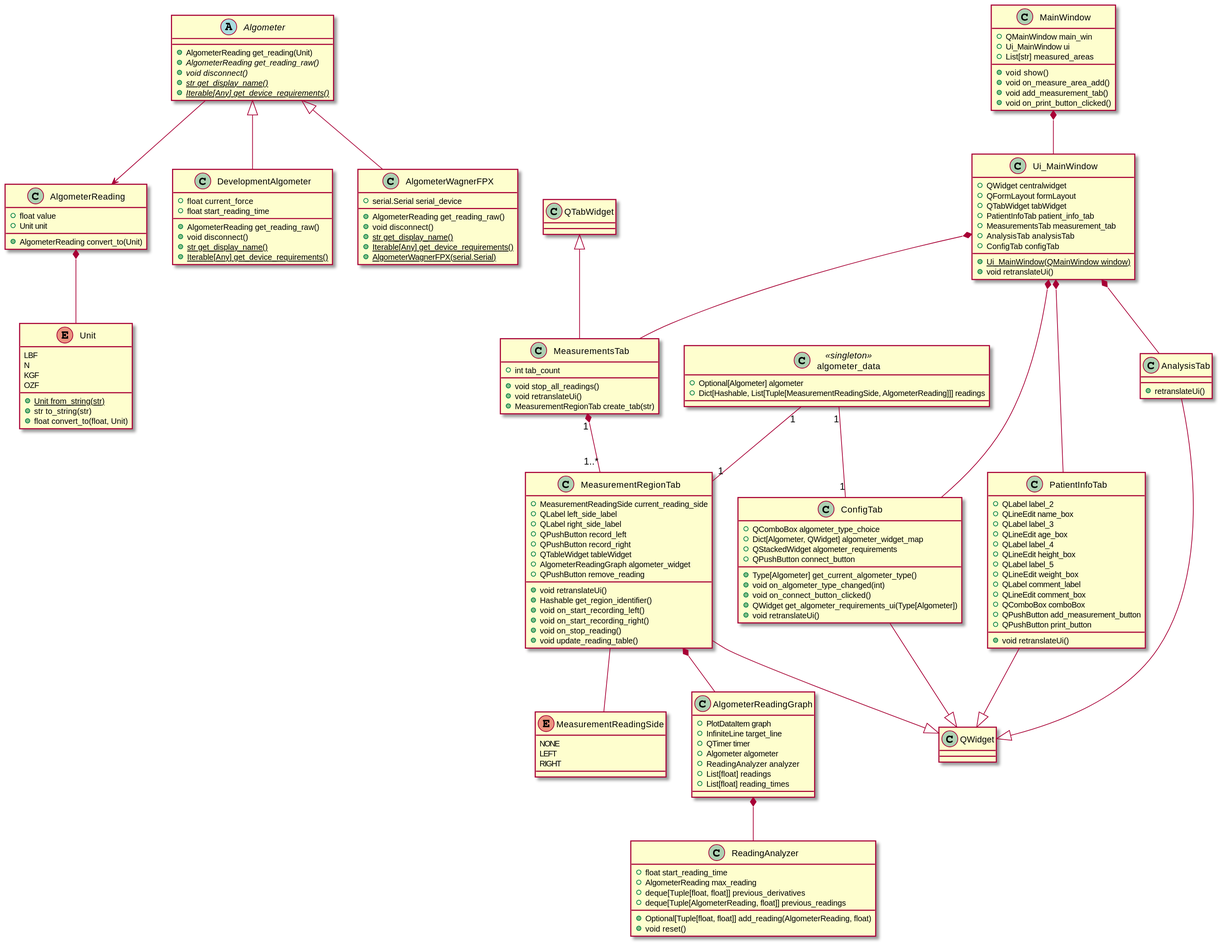
Above: docs/class_diagram.svg in AaronLi/UWO-Algometer (PlantUML), before the change. Source of this version:
```plantuml
@startuml

enum Unit {
    LBF
    N
    KGF
    OZF
    + {static} Unit from_string(str)
    + str to_string(str)
    + float convert_to(float, Unit)
}

class AlgometerReading {
    + float value
    + Unit unit
    + AlgometerReading convert_to(Unit)
}

abstract class Algometer {
    + AlgometerReading get_reading(Unit)
    + {abstract} AlgometerReading get_reading_raw()
    + {abstract} void disconnect()
    + {abstract} {static} str get_display_name()
    + {abstract} {static} Iterable[Any] get_device_requirements()
}

class DevelopmentAlgometer {
    + float current_force
    + float start_reading_time
    + AlgometerReading get_reading_raw()
    + void disconnect()
    + {static} str get_display_name()
    + {static} Iterable[Any] get_device_requirements()
}

class AlgometerWagnerFPX {
    + serial.Serial serial_device
    + AlgometerReading get_reading_raw()
    + void disconnect()
    + {static} str get_display_name()
    + {static} Iterable[Any] get_device_requirements()
    + {static} AlgometerWagnerFPX(serial.Serial)
}

Algometer <|-- DevelopmentAlgometer
Algometer <|-- AlgometerWagnerFPX
Algometer --> AlgometerReading
AlgometerReading *-- Unit

class MainWindow {
    + QMainWindow main_win
    + Ui_MainWindow ui
    + List[str] measured_areas
    + void show()
    + void on_measure_area_add()
    + void add_measurement_tab()
    + void on_print_button_clicked()
}
class Ui_MainWindow {
    + QWidget centralwidget
    + QFormLayout formLayout
    + QTabWidget tabWidget
    + PatientInfoTab patient_info_tab
    + MeasurementsTab measurement_tab
    + AnalysisTab analysisTab
    + ConfigTab configTab
    + {static} Ui_MainWindow(QMainWindow window)
    + void retranslateUi()
}

class QWidget {
}

class QTabWidget {
}

class PatientInfoTab {
    + QLabel label_2
    + QLineEdit name_box
    + QLabel label_3
    + QLineEdit age_box
    + QLabel label_4
    + QLineEdit height_box
    + QLabel label_5
    + QLineEdit weight_box
    + QLabel comment_label
    + QLineEdit comment_box
    + QComboBox comboBox
    + QPushButton add_measurement_button
    + QPushButton print_button
    + void retranslateUi()
}

class MeasurementsTab {

    + int tab_count
    + void stop_all_readings()
    + void retranslateUi()
    + MeasurementRegionTab create_tab(str)
}

enum MeasurementReadingSide{
    NONE
    LEFT
    RIGHT
}

class MeasurementRegionTab{
    + MeasurementReadingSide current_reading_side
    + QLabel left_side_label
    + QLabel right_side_label
    + QPushButton record_left
    + QPushButton record_right
    + QTableWidget tableWidget
    + AlgometerReadingGraph algometer_widget
    + QPushButton remove_reading
    + void retranslateUi()
    + Hashable get_region_identifier()
    + void on_start_recording_left()
    + void on_start_recording_right()
    + void on_stop_reading()
    + void update_reading_table()
}

class AnalysisTab {
    + retranslateUi()
}

class ConfigTab {
    + QComboBox algometer_type_choice
    + Dict[Algometer, QWidget] algometer_widget_map
    + QStackedWidget algometer_requirements
    + QPushButton connect_button

    + Type[Algometer] get_current_algometer_type()
    + void on_algometer_type_changed(int)
    + void on_connect_button_clicked()
    + QWidget get_algometer_requirements_ui(Type[Algometer])
    + void retranslateUi()
}

class algometer_data <<singleton>>{
    + Optional[Algometer] algometer
    + Dict[Hashable, List[Tuple[MeasurementReadingSide, AlgometerReading]]] readings
}

class ReadingAnalyzer {
    + float start_reading_time
    + AlgometerReading max_reading
    + deque[Tuple[float, float]] previous_derivatives
    + deque[Tuple[AlgometerReading, float]] previous_readings
    + Optional[Tuple[float, float]] add_reading(AlgometerReading, float)
    + void reset()
}

class AlgometerReadingGraph {
    + PlotDataItem graph
    + InfiniteLine target_line
    + QTimer timer
    + Algometer algometer
    + ReadingAnalyzer analyzer
    + List[float] readings
    + List[float] reading_times
}

AlgometerReadingGraph *-- ReadingAnalyzer
MeasurementRegionTab *-- AlgometerReadingGraph
MainWindow *-- Ui_MainWindow
PatientInfoTab --|> QWidget
MeasurementRegionTab --|> QWidget
AnalysisTab --|> QWidget
ConfigTab --|> QWidget
MeasurementRegionTab -- MeasurementReadingSide
QTabWidget <|-- MeasurementsTab
Ui_MainWindow *-- PatientInfoTab
Ui_MainWindow *-- MeasurementsTab
Ui_MainWindow *-- AnalysisTab
Ui_MainWindow *-- ConfigTab
algometer_data "1" -- "1" ConfigTab
algometer_data "1" -- "1" MeasurementRegionTab
MeasurementsTab "1" *-- "1..*" MeasurementRegionTab
@enduml
```
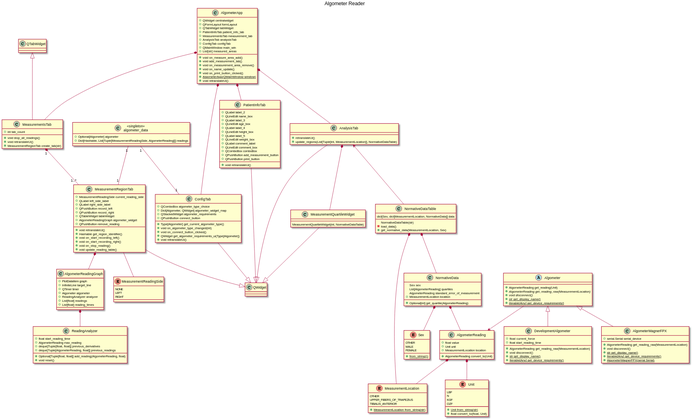
After the commit.

Commit message:
Update class diagram

Change to the diagram source:
```diff
@@ -1,24 +1,31 @@
 @startuml
-
+title Algometer Reader
 enum Unit {
     LBF
     N
     KGF
     OZF
     + {static} Unit from_string(str)
-    + str to_string(str)
     + float convert_to(float, Unit)
+}
+
+enum MeasurementLocation {
+    OTHER
+    UPPER_FIBERS_OF_TRAPEZIUS
+    TIBIALIS_ANTERIOR
+    + {static} MeasurementLocation from_string(str)
 }
 
 class AlgometerReading {
     + float value
     + Unit unit
     + AlgometerReading convert_to(Unit)
+    + MeasurementLocation location
 }
 
 abstract class Algometer {
     + AlgometerReading get_reading(Unit)
-    + {abstract} AlgometerReading get_reading_raw()
+    + {abstract} AlgometerReading get_reading_raw(MeasurementLocation)
     + {abstract} void disconnect()
     + {abstract} {static} str get_display_name()
     + {abstract} {static} Iterable[Any] get_device_requirements()
@@ -27,7 +34,7 @@
 class DevelopmentAlgometer {
     + float current_force
     + float start_reading_time
-    + AlgometerReading get_reading_raw()
+    + AlgometerReading get_reading_raw(MeasurementLocation)
     + void disconnect()
     + {static} str get_display_name()
     + {static} Iterable[Any] get_device_requirements()
@@ -35,7 +42,7 @@
 
 class AlgometerWagnerFPX {
     + serial.Serial serial_device
-    + AlgometerReading get_reading_raw()
+    + AlgometerReading get_reading_raw(MeasurementLocation)
     + void disconnect()
     + {static} str get_display_name()
     + {static} Iterable[Any] get_device_requirements()
@@ -46,17 +53,9 @@
 Algometer <|-- AlgometerWagnerFPX
 Algometer --> AlgometerReading
 AlgometerReading *-- Unit
+AlgometerReading *-- MeasurementLocation
 
-class MainWindow {
-    + QMainWindow main_win
-    + Ui_MainWindow ui
-    + List[str] measured_areas
-    + void show()
-    + void on_measure_area_add()
-    + void add_measurement_tab()
-    + void on_print_button_clicked()
-}
-class Ui_MainWindow {
+class AlgometerApp {
     + QWidget centralwidget
     + QFormLayout formLayout
     + QTabWidget tabWidget
@@ -64,7 +63,14 @@
     + MeasurementsTab measurement_tab
     + AnalysisTab analysisTab
     + ConfigTab configTab
-    + {static} Ui_MainWindow(QMainWindow window)
+    + QMainWindow main_win
+    + List[str] measured_areas
+    + void on_measure_area_add()
+    + void add_measurement_tab()
+    + void on_measurement_area_remove()
+    + void on_name_update()
+    + void on_print_button_clicked()
+    + {static} AlgometerApp(QMainWindow window)
     + void retranslateUi()
 }
 
@@ -124,6 +130,7 @@
 
 class AnalysisTab {
     + retranslateUi()
+    + update_regions(List[Tuple[int, MeasurementLocation]], NormativeDataTable)
 }
 
 class ConfigTab {
@@ -163,19 +170,55 @@
     + List[float] reading_times
 }
 
+class MeasurementQuartileWidget{
+    MeasurementQuartileWidget(int, NormativeDataTable)
+}
+
+enum Sex {
+    OTHER
+    MALE
+    FEMALE
+    + {static} from_string())
+}
+
+class NormativeData{
+    Sex sex
+    List[AlgometerReading] quartiles
+    AlgometerReading standard_error_of_measurement
+    + Optional[int] get_quartile(AlgometerReading)
+    + MeasurementLocation location
+}
+
+NormativeData *-- Sex
+NormativeData *-- AlgometerReading
+
+class NormativeDataTable {
+    NormativeDataTable(str)
+    dict[Sex, dict[MeasurementLocation, NormativeData]] data
+
+    - load_data()
+    + get_normative_data(MeasurementLocation, Sex)
+}
+
+NormativeDataTable *-- NormativeData
+NormativeDataTable *-- MeasurementLocation
+
+AnalysisTab <-- NormativeDataTable
+AnalysisTab *-- MeasurementQuartileWidget
+
 AlgometerReadingGraph *-- ReadingAnalyzer
 MeasurementRegionTab *-- AlgometerReadingGraph
-MainWindow *-- Ui_MainWindow
 PatientInfoTab --|> QWidget
 MeasurementRegionTab --|> QWidget
 AnalysisTab --|> QWidget
 ConfigTab --|> QWidget
+MeasurementQuartileWidget --|> QWidget
 MeasurementRegionTab -- MeasurementReadingSide
 QTabWidget <|-- MeasurementsTab
-Ui_MainWindow *-- PatientInfoTab
-Ui_MainWindow *-- MeasurementsTab
-Ui_MainWindow *-- AnalysisTab
-Ui_MainWindow *-- ConfigTab
+AlgometerApp *-- PatientInfoTab
+AlgometerApp *-- MeasurementsTab
+AlgometerApp *-- AnalysisTab
+AlgometerApp *-- ConfigTab
 algometer_data "1" -- "1" ConfigTab
 algometer_data "1" -- "1" MeasurementRegionTab
 MeasurementsTab "1" *-- "1..*" MeasurementRegionTab
```
